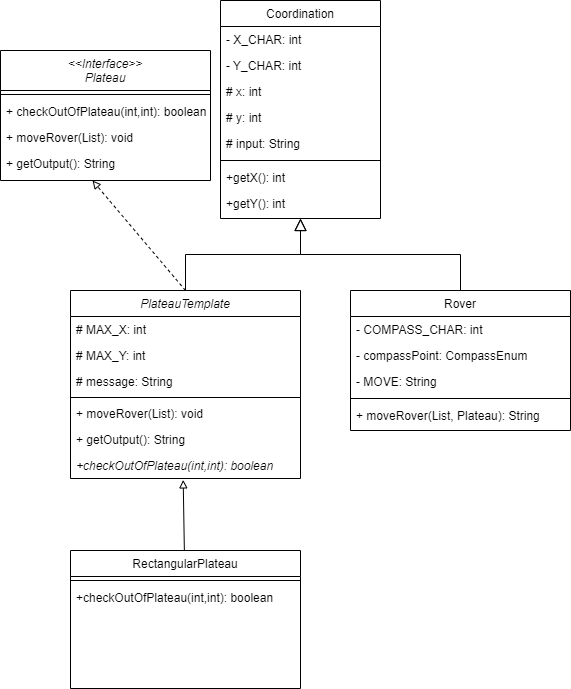
Before: Mars-Rover-Kata_final.drawio.png, a diagram exported from draw.io (punkason/Mars-Rover-Kata). Source tidied: cells renumbered, new cells last; positions are measured from the earlier drawing's top-left corner, leaving out a move shared by most shapes. Its diagram source:
```xml
<mxGraphModel>
  <root>
    <mxCell id="0" />
    <mxCell id="1" parent="0" />
    <mxCell id="2" value="Coordination" style="swimlane;fontStyle=0;align=center;verticalAlign=top;horizontal=1;startSize=26;rounded=0;shadow=0;strokeWidth=1;" parent="1" vertex="1">
      <mxGeometry x="220" width="160" height="218" as="geometry" />
    </mxCell>
    <mxCell id="3" value="- X_CHAR: int" style="text;align=left;verticalAlign=top;spacingLeft=4;spacingRight=4;overflow=hidden;" parent="2" vertex="1">
      <mxGeometry y="26" width="160" height="26" as="geometry" />
    </mxCell>
    <mxCell id="4" value="- Y_CHAR: int" style="text;align=left;verticalAlign=top;spacingLeft=4;spacingRight=4;overflow=hidden;rounded=0;shadow=0;html=0;" parent="2" vertex="1">
      <mxGeometry y="52" width="160" height="26" as="geometry" />
    </mxCell>
    <mxCell id="5" value="# x: int" style="text;align=left;verticalAlign=top;spacingLeft=4;spacingRight=4;overflow=hidden;rounded=0;shadow=0;html=0;" parent="2" vertex="1">
      <mxGeometry y="78" width="160" height="26" as="geometry" />
    </mxCell>
    <mxCell id="6" value="# y: int" style="text;align=left;verticalAlign=top;spacingLeft=4;spacingRight=4;overflow=hidden;rounded=0;shadow=0;html=0;" parent="2" vertex="1">
      <mxGeometry y="104" width="160" height="26" as="geometry" />
    </mxCell>
    <mxCell id="7" value="# input: String" style="text;align=left;verticalAlign=top;spacingLeft=4;spacingRight=4;overflow=hidden;rounded=0;shadow=0;html=0;" parent="2" vertex="1">
      <mxGeometry y="130" width="160" height="26" as="geometry" />
    </mxCell>
    <mxCell id="8" style="line;html=1;strokeWidth=1;align=left;verticalAlign=middle;spacingTop=-1;spacingLeft=3;spacingRight=3;labelPosition=right;" parent="2" vertex="1">
      <mxGeometry y="156" width="160" height="8" as="geometry" />
    </mxCell>
    <mxCell id="9" value="+getX(): int" style="text;align=left;verticalAlign=top;spacingLeft=4;spacingRight=4;overflow=hidden;" parent="2" vertex="1">
      <mxGeometry y="164" width="160" height="26" as="geometry" />
    </mxCell>
    <mxCell id="10" value="+getY(): int" style="text;align=left;verticalAlign=top;spacingLeft=4;spacingRight=4;overflow=hidden;" parent="2" vertex="1">
      <mxGeometry y="190" width="160" height="26" as="geometry" />
    </mxCell>
    <mxCell id="11" value="PlateauTemplate" style="swimlane;fontStyle=2;align=center;verticalAlign=top;horizontal=1;startSize=26;rounded=0;shadow=0;strokeWidth=1;" parent="1" vertex="1">
      <mxGeometry x="70" y="290" width="230" height="188" as="geometry" />
    </mxCell>
    <mxCell id="12" value="# MAX_X: int" style="text;align=left;verticalAlign=top;spacingLeft=4;spacingRight=4;overflow=hidden;" parent="11" vertex="1">
      <mxGeometry y="26" width="230" height="26" as="geometry" />
    </mxCell>
    <mxCell id="13" value="# MAX_Y: int" style="text;align=left;verticalAlign=top;spacingLeft=4;spacingRight=4;overflow=hidden;" parent="11" vertex="1">
      <mxGeometry y="52" width="230" height="26" as="geometry" />
    </mxCell>
    <mxCell id="14" value="# message: String" style="text;align=left;verticalAlign=top;spacingLeft=4;spacingRight=4;overflow=hidden;" parent="11" vertex="1">
      <mxGeometry y="78" width="230" height="26" as="geometry" />
    </mxCell>
    <mxCell id="15" style="line;html=1;strokeWidth=1;align=left;verticalAlign=middle;spacingTop=-1;spacingLeft=3;spacingRight=3;labelPosition=right;" parent="11" vertex="1">
      <mxGeometry y="104" width="230" height="6" as="geometry" />
    </mxCell>
    <mxCell id="16" value="+ moveRover(List): void" style="text;align=left;verticalAlign=top;spacingLeft=4;spacingRight=4;overflow=hidden;" parent="11" vertex="1">
      <mxGeometry y="110" width="230" height="26" as="geometry" />
    </mxCell>
    <mxCell id="17" value="+ getOutput(): String" style="text;align=left;verticalAlign=top;spacingLeft=4;spacingRight=4;overflow=hidden;" parent="11" vertex="1">
      <mxGeometry y="136" width="230" height="26" as="geometry" />
    </mxCell>
    <mxCell id="18" value="+checkOutOfPlateau(int,int): boolean" style="text;align=left;verticalAlign=top;spacingLeft=4;spacingRight=4;overflow=hidden;points=[[0,0.5],[1,0.5]];portConstraint=eastwest;fontStyle=2;" parent="11" vertex="1">
      <mxGeometry y="162" width="230" height="26" as="geometry" />
    </mxCell>
    <mxCell id="19" style="endArrow=block;endSize=10;endFill=0;shadow=0;strokeWidth=1;rounded=0;edgeStyle=elbowEdgeStyle;elbow=vertical;" parent="1" edge="1" source="11" target="2">
      <mxGeometry relative="1" as="geometry" />
    </mxCell>
    <mxCell id="20" value="Rover" style="swimlane;fontStyle=0;align=center;verticalAlign=top;horizontal=1;startSize=26;rounded=0;shadow=0;strokeWidth=1;" parent="1" vertex="1">
      <mxGeometry x="350" y="290" width="220" height="140" as="geometry" />
    </mxCell>
    <mxCell id="21" value="- COMPASS_CHAR: int" style="text;align=left;verticalAlign=top;spacingLeft=4;spacingRight=4;overflow=hidden;" parent="20" vertex="1">
      <mxGeometry y="26" width="220" height="26" as="geometry" />
    </mxCell>
    <mxCell id="22" value="- compassPoint: CompassEnum" style="text;align=left;verticalAlign=top;spacingLeft=4;spacingRight=4;overflow=hidden;" parent="20" vertex="1">
      <mxGeometry y="52" width="220" height="26" as="geometry" />
    </mxCell>
    <mxCell id="23" value="- MOVE: String" style="text;align=left;verticalAlign=top;spacingLeft=4;spacingRight=4;overflow=hidden;" parent="20" vertex="1">
      <mxGeometry y="78" width="220" height="26" as="geometry" />
    </mxCell>
    <mxCell id="24" style="line;html=1;strokeWidth=1;align=left;verticalAlign=middle;spacingTop=-1;spacingLeft=3;spacingRight=3;labelPosition=right;" parent="20" vertex="1">
      <mxGeometry y="104" width="220" height="8" as="geometry" />
    </mxCell>
    <mxCell id="25" value="+ moveRover(List, Plateau): String" style="text;align=left;verticalAlign=top;spacingLeft=4;spacingRight=4;overflow=hidden;" parent="20" vertex="1">
      <mxGeometry y="112" width="220" height="26" as="geometry" />
    </mxCell>
    <mxCell id="26" style="endArrow=block;endSize=10;endFill=0;shadow=0;strokeWidth=1;rounded=0;edgeStyle=elbowEdgeStyle;elbow=vertical;" parent="1" edge="1" source="20" target="2">
      <mxGeometry relative="1" as="geometry" />
    </mxCell>
    <mxCell id="27" value="&lt;&lt;Interface&gt;&gt;&#10;Plateau" style="swimlane;fontStyle=2;align=center;verticalAlign=top;horizontal=1;startSize=40;rounded=0;shadow=0;strokeWidth=1;" parent="1" vertex="1">
      <mxGeometry y="50" width="210" height="130" as="geometry" />
    </mxCell>
    <mxCell id="28" style="line;html=1;strokeWidth=1;align=left;verticalAlign=middle;spacingTop=-1;spacingLeft=3;spacingRight=3;labelPosition=right;" parent="27" vertex="1">
      <mxGeometry y="40" width="210" height="8" as="geometry" />
    </mxCell>
    <mxCell id="29" value="+ checkOutOfPlateau(int,int): boolean" style="text;align=left;verticalAlign=top;spacingLeft=4;spacingRight=4;overflow=hidden;" parent="27" vertex="1">
      <mxGeometry y="48" width="210" height="26" as="geometry" />
    </mxCell>
    <mxCell id="30" value="+ moveRover(List): void" style="text;align=left;verticalAlign=top;spacingLeft=4;spacingRight=4;overflow=hidden;" parent="27" vertex="1">
      <mxGeometry y="74" width="210" height="26" as="geometry" />
    </mxCell>
    <mxCell id="31" value="+ getOutput(): String" style="text;align=left;verticalAlign=top;spacingLeft=4;spacingRight=4;overflow=hidden;points=[[0,0.5],[1,0.5]];portConstraint=eastwest;" parent="27" vertex="1">
      <mxGeometry y="100" width="210" height="26" as="geometry" />
    </mxCell>
    <mxCell id="32" value="RectangularPlateau" style="swimlane;fontStyle=0;align=center;verticalAlign=top;horizontal=1;startSize=26;rounded=0;shadow=0;strokeWidth=1;" parent="1" vertex="1">
      <mxGeometry x="70" y="550" width="230" height="138" as="geometry" />
    </mxCell>
    <mxCell id="33" style="line;html=1;strokeWidth=1;align=left;verticalAlign=middle;spacingTop=-1;spacingLeft=3;spacingRight=3;labelPosition=right;" parent="32" vertex="1">
      <mxGeometry y="26" width="230" height="8" as="geometry" />
    </mxCell>
    <mxCell id="34" value="+checkOutOfPlateau(int,int): boolean" style="text;align=left;verticalAlign=top;spacingLeft=4;spacingRight=4;overflow=hidden;" parent="32" vertex="1">
      <mxGeometry y="34" width="230" height="26" as="geometry" />
    </mxCell>
    <mxCell id="35" style="endArrow=block;html=1;rounded=0;exitX=0.5;exitY=0;exitDx=0;exitDy=0;entryX=0.438;entryY=1.154;entryDx=0;entryDy=0;entryPerimeter=0;dashed=1;endFill=0;" parent="1" edge="1" source="11" target="31">
      <mxGeometry relative="1" as="geometry" />
    </mxCell>
    <mxCell id="36" style="endArrow=block;html=1;rounded=0;endFill=0;entryX=0.49;entryY=1.054;entryDx=0;entryDy=0;entryPerimeter=0;" parent="1" edge="1" source="32" target="18">
      <mxGeometry relative="1" as="geometry" />
    </mxCell>
  </root>
</mxGraphModel>
```
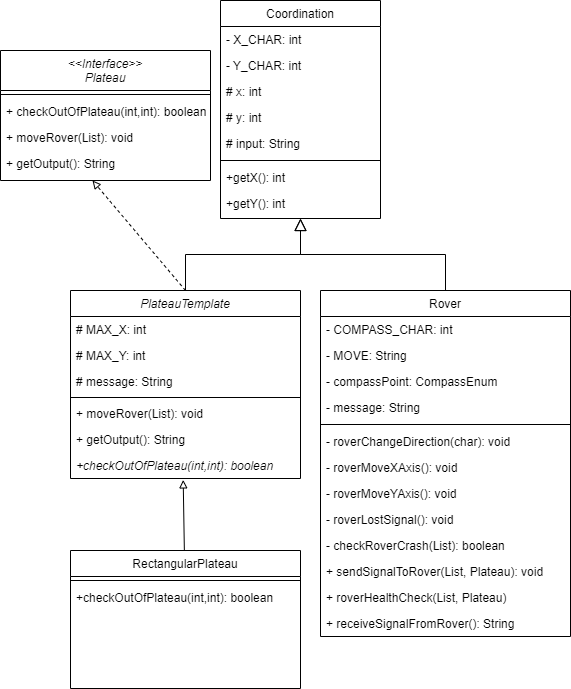
After the commit.

Diff of the diagram source:
```diff
@@ -57,23 +57,47 @@
       <mxGeometry relative="1" as="geometry" />
     </mxCell>
     <mxCell id="20" value="Rover" style="swimlane;fontStyle=0;align=center;verticalAlign=top;horizontal=1;startSize=26;rounded=0;shadow=0;strokeWidth=1;" parent="1" vertex="1">
-      <mxGeometry x="350" y="290" width="220" height="140" as="geometry" />
+      <mxGeometry x="320" y="290" width="250" height="346" as="geometry" />
     </mxCell>
     <mxCell id="21" value="- COMPASS_CHAR: int" style="text;align=left;verticalAlign=top;spacingLeft=4;spacingRight=4;overflow=hidden;" parent="20" vertex="1">
-      <mxGeometry y="26" width="220" height="26" as="geometry" />
+      <mxGeometry y="26" width="250" height="26" as="geometry" />
     </mxCell>
+    <mxCell id="23" value="- MOVE: String" style="text;align=left;verticalAlign=top;spacingLeft=4;spacingRight=4;overflow=hidden;" parent="20" vertex="1">
+      <mxGeometry y="52" width="250" height="26" as="geometry" />
+    </mxCell>
+    <mxCell id="37" value="- compassPoint: CompassEnum" style="text;align=left;verticalAlign=top;spacingLeft=4;spacingRight=4;overflow=hidden;" parent="20" vertex="1">
+      <mxGeometry y="78" width="250" height="26" as="geometry" />
+    </mxCell>
-    <mxCell id="22" value="- compassPoint: CompassEnum" style="text;align=left;verticalAlign=top;spacingLeft=4;spacingRight=4;overflow=hidden;" parent="20" vertex="1">
-      <mxGeometry y="52" width="220" height="26" as="geometry" />
+    <mxCell id="22" value="- message: String" style="text;align=left;verticalAlign=top;spacingLeft=4;spacingRight=4;overflow=hidden;" parent="20" vertex="1">
+      <mxGeometry y="104" width="250" height="26" as="geometry" />
     </mxCell>
-    <mxCell id="23" value="- MOVE: String" style="text;align=left;verticalAlign=top;spacingLeft=4;spacingRight=4;overflow=hidden;" parent="20" vertex="1">
-      <mxGeometry y="78" width="220" height="26" as="geometry" />
-    </mxCell>
     <mxCell id="24" style="line;html=1;strokeWidth=1;align=left;verticalAlign=middle;spacingTop=-1;spacingLeft=3;spacingRight=3;labelPosition=right;" parent="20" vertex="1">
-      <mxGeometry y="104" width="220" height="8" as="geometry" />
+      <mxGeometry y="130" width="250" height="8" as="geometry" />
     </mxCell>
-    <mxCell id="25" value="+ moveRover(List, Plateau): String" style="text;align=left;verticalAlign=top;spacingLeft=4;spacingRight=4;overflow=hidden;" parent="20" vertex="1">
-      <mxGeometry y="112" width="220" height="26" as="geometry" />
+    <mxCell id="25" value="- roverChangeDirection(char): void" style="text;align=left;verticalAlign=top;spacingLeft=4;spacingRight=4;overflow=hidden;" parent="20" vertex="1">
+      <mxGeometry y="138" width="250" height="26" as="geometry" />
     </mxCell>
+    <mxCell id="38" value="- roverMoveXAxis(): void" style="text;align=left;verticalAlign=top;spacingLeft=4;spacingRight=4;overflow=hidden;" parent="20" vertex="1">
+      <mxGeometry y="164" width="250" height="26" as="geometry" />
+    </mxCell>
+    <mxCell id="39" value="- roverMoveYAxis(): void" style="text;align=left;verticalAlign=top;spacingLeft=4;spacingRight=4;overflow=hidden;" parent="20" vertex="1">
+      <mxGeometry y="190" width="250" height="26" as="geometry" />
+    </mxCell>
+    <mxCell id="40" value="- roverLostSignal(): void" style="text;align=left;verticalAlign=top;spacingLeft=4;spacingRight=4;overflow=hidden;" parent="20" vertex="1">
+      <mxGeometry y="216" width="250" height="26" as="geometry" />
+    </mxCell>
+    <mxCell id="41" value="- checkRoverCrash(List): boolean" style="text;align=left;verticalAlign=top;spacingLeft=4;spacingRight=4;overflow=hidden;" parent="20" vertex="1">
+      <mxGeometry y="242" width="250" height="26" as="geometry" />
+    </mxCell>
+    <mxCell id="42" value="+ sendSignalToRover(List, Plateau): void" style="text;align=left;verticalAlign=top;spacingLeft=4;spacingRight=4;overflow=hidden;" parent="20" vertex="1">
+      <mxGeometry y="268" width="250" height="26" as="geometry" />
+    </mxCell>
+    <mxCell id="43" value="+ roverHealthCheck(List, Plateau)" style="text;align=left;verticalAlign=top;spacingLeft=4;spacingRight=4;overflow=hidden;" parent="20" vertex="1">
+      <mxGeometry y="294" width="250" height="26" as="geometry" />
+    </mxCell>
+    <mxCell id="44" value="+ receiveSignalFromRover(): String" style="text;align=left;verticalAlign=top;spacingLeft=4;spacingRight=4;overflow=hidden;" parent="20" vertex="1">
+      <mxGeometry y="320" width="250" height="26" as="geometry" />
+    </mxCell>
     <mxCell id="26" style="endArrow=block;endSize=10;endFill=0;shadow=0;strokeWidth=1;rounded=0;edgeStyle=elbowEdgeStyle;elbow=vertical;" parent="1" edge="1" source="20" target="2">
       <mxGeometry relative="1" as="geometry" />
     </mxCell>
```
